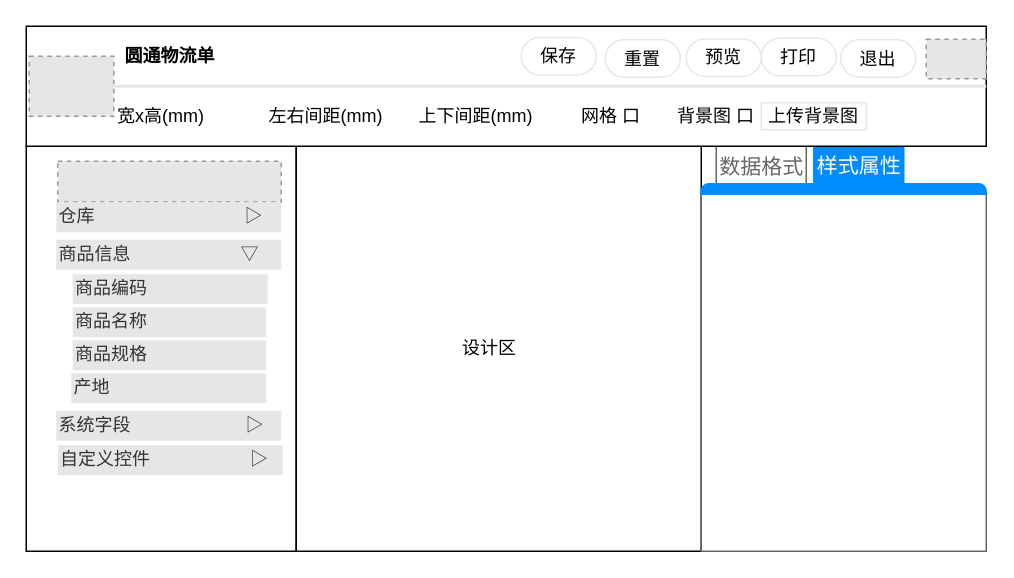
The draw.io diagram page "原型图" (1 of 16) of teemodesigner.drawio in mashifei/uml, before the edit. Source tidied: cells renumbered, new cells numbered last; positions are measured from the earlier drawing's top-left corner, leaving out a move shared by most shapes. Both pictures are drawn from the tidied source at 150%, with x=0, y=0 at pixel (26, 26). Pictures stored in the file or linked from it are replaced by grey dashed boxes.
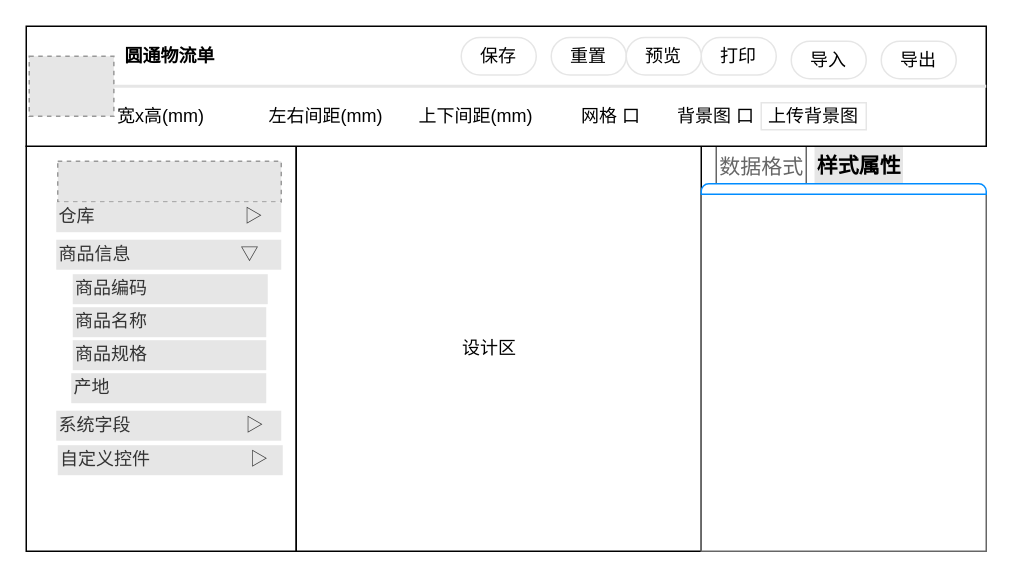
The same page after the edit.

The change refers to these unchanged cells:
```xml
<mxCell id="4" style="strokeWidth=1;shadow=0;dashed=0;align=center;html=1;shape=mxgraph.mockup.containers.marginRect2;rectMarginTop=32;strokeColor=#666666;gradientColor=none;" parent="1" vertex="1">
  <mxGeometry x="450" y="80" width="190" height="270" as="geometry" />
</mxCell>
```

What changed in the source:
```diff
@@
-    <mxCell id="6" value="&lt;font style=&quot;font-size: 14px&quot;&gt;样式属性&lt;/font&gt;" style="strokeWidth=1;shadow=0;dashed=0;align=center;html=1;shape=mxgraph.mockup.containers.rrect;rSize=0;fontSize=17;fontColor=#ffffff;strokeColor=#008cff;fillColor=#008cff;" parent="4" vertex="1">
+    <mxCell id="6" value="&lt;font style=&quot;font-size: 14px&quot; color=&quot;#000000&quot;&gt;&lt;b&gt;样式属性&lt;/b&gt;&lt;/font&gt;" style="strokeWidth=1;shadow=0;dashed=0;align=center;html=1;shape=mxgraph.mockup.containers.rrect;rSize=0;fontSize=17;fontColor=#ffffff;strokeColor=#FFFFFF;fillColor=#E6E6E6;" parent="4" vertex="1">
       <mxGeometry width="60" height="25" relative="1" as="geometry">
         <mxPoint x="75" as="offset" />
       </mxGeometry>
     </mxCell>
-    <mxCell id="7" style="strokeWidth=1;shadow=0;dashed=0;align=center;html=1;shape=mxgraph.mockup.containers.topButton;rSize=5;strokeColor=#008cff;fillColor=#008cff;gradientColor=none;" parent="4" vertex="1">
+    <mxCell id="7" style="strokeWidth=1;shadow=0;dashed=0;align=center;html=1;shape=mxgraph.mockup.containers.topButton;rSize=5;strokeColor=#008cff;fillColor=#FFFFFF;gradientColor=none;" parent="4" vertex="1">
       <mxGeometry width="190" height="7" relative="1" as="geometry">
         <mxPoint y="25" as="offset" />
       </mxGeometry>
     </mxCell>
@@
     <mxCell id="21" value="重置" style="rounded=1;whiteSpace=wrap;html=1;strokeColor=#E6E6E6;fillColor=#FFFFFF;align=center;arcSize=50;" parent="1" vertex="1">
-      <mxGeometry x="386" y="9" width="50" height="25" as="geometry" />
+      <mxGeometry x="350" y="7.5" width="50" height="25" as="geometry" />
     </mxCell>
     <mxCell id="22" value="保存" style="rounded=1;whiteSpace=wrap;html=1;strokeColor=#E6E6E6;fillColor=#FFFFFF;align=center;arcSize=50;" parent="1" vertex="1">
-      <mxGeometry x="330" y="7.5" width="50" height="25" as="geometry" />
+      <mxGeometry x="290" y="7.5" width="50" height="25" as="geometry" />
     </mxCell>
-    <mxCell id="23" value="退出" style="rounded=1;whiteSpace=wrap;html=1;strokeColor=#E6E6E6;fillColor=#FFFFFF;align=center;arcSize=50;" parent="1" vertex="1">
-      <mxGeometry x="543" y="9" width="50" height="25" as="geometry" />
+    <mxCell id="23" value="导入" style="rounded=1;whiteSpace=wrap;html=1;strokeColor=#E6E6E6;fillColor=#FFFFFF;align=center;arcSize=50;" parent="1" vertex="1">
+      <mxGeometry x="510" y="10" width="50" height="25" as="geometry" />
     </mxCell>
-    <mxCell id="24" style="fillColor=#E6E6E6;strokeColor=#999999;dashed=1;verticalLabelPosition=bottom;labelBackgroundColor=#ffffff;verticalAlign=top;" parent="1" vertex="1">
-      <mxGeometry x="600" y="8.6" width="40" height="26.4" as="geometry" />
-    </mxCell>
@@
     <mxCell id="31" value="打印" style="rounded=1;whiteSpace=wrap;html=1;strokeColor=#E6E6E6;fillColor=#FFFFFF;align=center;arcSize=50;" parent="1" vertex="1">
-      <mxGeometry x="490" y="8" width="50" height="25" as="geometry" />
+      <mxGeometry x="450" y="7.5" width="50" height="25" as="geometry" />
     </mxCell>
     <mxCell id="32" value="预览" style="rounded=1;whiteSpace=wrap;html=1;strokeColor=#E6E6E6;fillColor=#FFFFFF;align=center;arcSize=50;" parent="1" vertex="1">
-      <mxGeometry x="440" y="8.5" width="50" height="25" as="geometry" />
+      <mxGeometry x="400" y="7.5" width="50" height="25" as="geometry" />
     </mxCell>
@@
+    <mxCell id="34" value="导出" style="rounded=1;whiteSpace=wrap;html=1;strokeColor=#E6E6E6;fillColor=#FFFFFF;align=center;arcSize=50;" parent="1" vertex="1">
+      <mxGeometry x="570" y="10" width="50" height="25" as="geometry" />
+    </mxCell>
```
